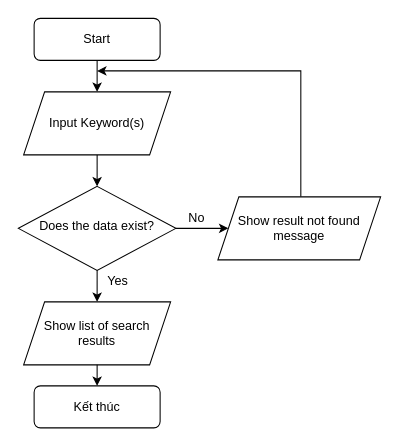
Earlier version of the draw.io diagram assets/flow-chart/search.drawio (vanluong94/aptech-market-management-system). Source tidied: cells renumbered, new cells numbered last; positions are measured from the earlier drawing's top-left corner, leaving out a move shared by most shapes. Both pictures are drawn from the tidied source at 105%, with x=0, y=0 at pixel (18, 18).
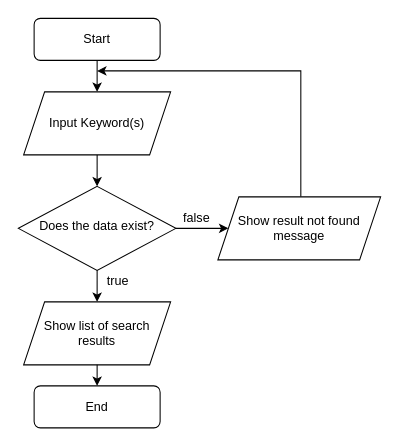
Above is the later version.

The edit, as a diff of the source:
```diff
@@
 <mxGraphModel>
   <root>
     <mxCell id="0" />
     <mxCell id="1" parent="0" />
     <mxCell id="2" style="edgeStyle=orthogonalEdgeStyle;rounded=0;jettySize=auto;html=1;" parent="1" edge="1" source="3" target="9">
       <mxGeometry relative="1" as="geometry" />
     </mxCell>
     <mxCell id="3" value="Start" style="rounded=1;whiteSpace=wrap;html=1;fontSize=12;glass=0;strokeWidth=1;shadow=0;" parent="1" vertex="1">
       <mxGeometry x="15" width="120" height="40" as="geometry" />
     </mxCell>
     <mxCell id="4" style="edgeStyle=orthogonalEdgeStyle;rounded=0;jettySize=auto;html=1;entryX=0;entryY=0.5;entryDx=0;entryDy=0;" parent="1" edge="1" source="6" target="13">
       <mxGeometry relative="1" as="geometry" />
     </mxCell>
     <mxCell id="5" style="edgeStyle=orthogonalEdgeStyle;rounded=0;jettySize=auto;html=1;" parent="1" edge="1" source="6" target="11">
       <mxGeometry relative="1" as="geometry" />
     </mxCell>
     <mxCell id="6" value="Does the data exist?" style="rhombus;whiteSpace=wrap;html=1;shadow=0;fontFamily=Helvetica;fontSize=12;align=center;strokeWidth=1;spacing=6;spacingTop=-4;" parent="1" vertex="1">
       <mxGeometry y="160" width="150" height="80" as="geometry" />
     </mxCell>
-    <mxCell id="7" value="Kết thúc" style="rounded=1;whiteSpace=wrap;html=1;fontSize=12;glass=0;strokeWidth=1;shadow=0;" parent="1" vertex="1">
+    <mxCell id="7" value="End" style="rounded=1;whiteSpace=wrap;html=1;fontSize=12;glass=0;strokeWidth=1;shadow=0;" parent="1" vertex="1">
       <mxGeometry x="15" y="350" width="120" height="40" as="geometry" />
     </mxCell>
     <mxCell id="8" style="edgeStyle=orthogonalEdgeStyle;rounded=0;jettySize=auto;html=1;" parent="1" edge="1" source="9" target="6">
       <mxGeometry relative="1" as="geometry" />
     </mxCell>
     <mxCell id="9" value="Input Keyword(s)" style="shape=parallelogram;perimeter=parallelogramPerimeter;whiteSpace=wrap;html=1;fixedSize=1;" parent="1" vertex="1">
       <mxGeometry x="5" y="70" width="140" height="60" as="geometry" />
     </mxCell>
     <mxCell id="10" style="edgeStyle=orthogonalEdgeStyle;rounded=0;jettySize=auto;html=1;entryX=0.5;entryY=0;entryDx=0;entryDy=0;" parent="1" edge="1" target="7">
       <mxGeometry relative="1" as="geometry">
         <mxPoint x="75" y="320" as="sourcePoint" />
       </mxGeometry>
     </mxCell>
     <mxCell id="11" value="Show list of search results" style="shape=parallelogram;perimeter=parallelogramPerimeter;whiteSpace=wrap;html=1;fixedSize=1;" parent="1" vertex="1">
       <mxGeometry x="5" y="270" width="140" height="60" as="geometry" />
     </mxCell>
     <mxCell id="12" style="edgeStyle=orthogonalEdgeStyle;rounded=0;jettySize=auto;html=1;" parent="1" edge="1" source="13">
       <mxGeometry relative="1" as="geometry">
         <mxPoint x="75" y="50" as="targetPoint" />
         <Array as="points">
           <mxPoint x="269" y="50" />
         </Array>
       </mxGeometry>
     </mxCell>
     <mxCell id="13" value="Show result not found message" style="shape=parallelogram;perimeter=parallelogramPerimeter;whiteSpace=wrap;html=1;fixedSize=1;" parent="1" vertex="1">
       <mxGeometry x="190" y="170" width="155" height="60" as="geometry" />
     </mxCell>
-    <mxCell id="14" value="No" style="text;html=1;strokeColor=none;fillColor=none;align=center;verticalAlign=middle;whiteSpace=wrap;rounded=0;" parent="1" vertex="1">
+    <mxCell id="14" value="false" style="text;html=1;strokeColor=none;fillColor=none;align=center;verticalAlign=middle;whiteSpace=wrap;rounded=0;" parent="1" vertex="1">
       <mxGeometry x="150" y="180" width="40" height="20" as="geometry" />
     </mxCell>
-    <mxCell id="15" value="Yes" style="text;html=1;strokeColor=none;fillColor=none;align=center;verticalAlign=middle;whiteSpace=wrap;rounded=0;" parent="1" vertex="1">
+    <mxCell id="15" value="true" style="text;html=1;strokeColor=none;fillColor=none;align=center;verticalAlign=middle;whiteSpace=wrap;rounded=0;" parent="1" vertex="1">
       <mxGeometry x="75" y="240" width="40" height="20" as="geometry" />
     </mxCell>
   </root>
 </mxGraphModel>
```
